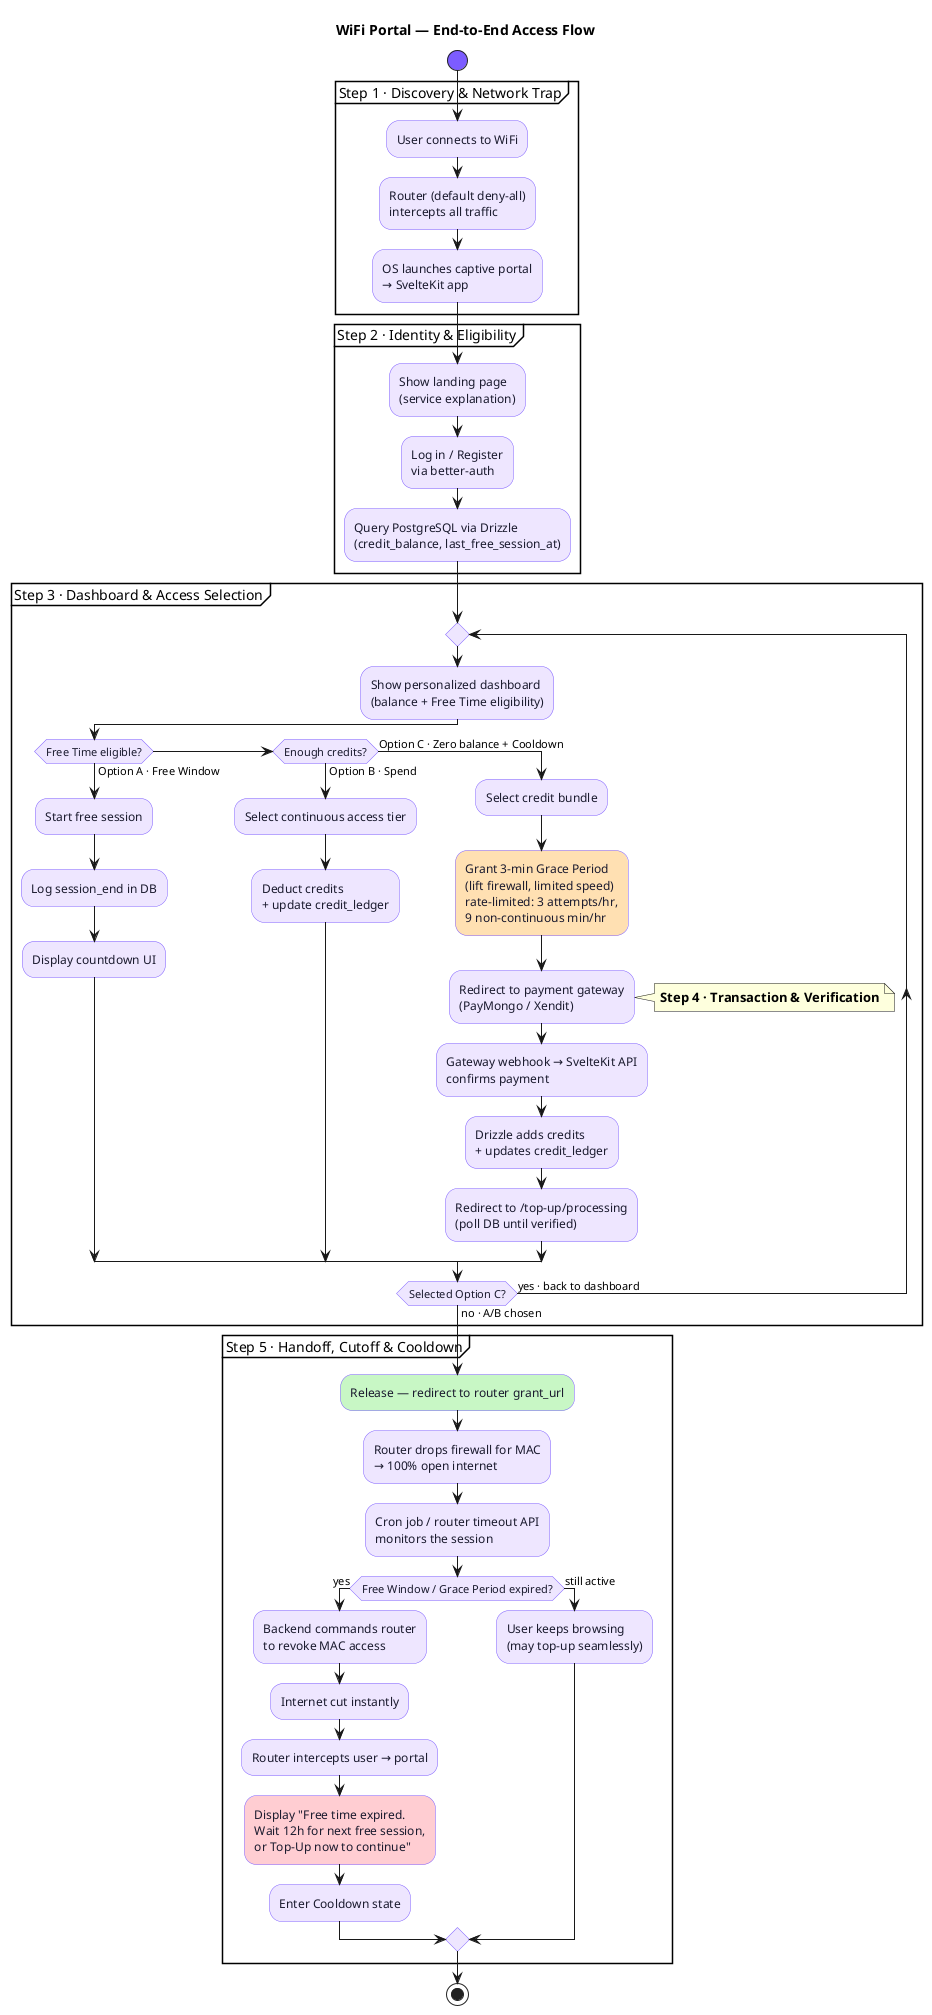
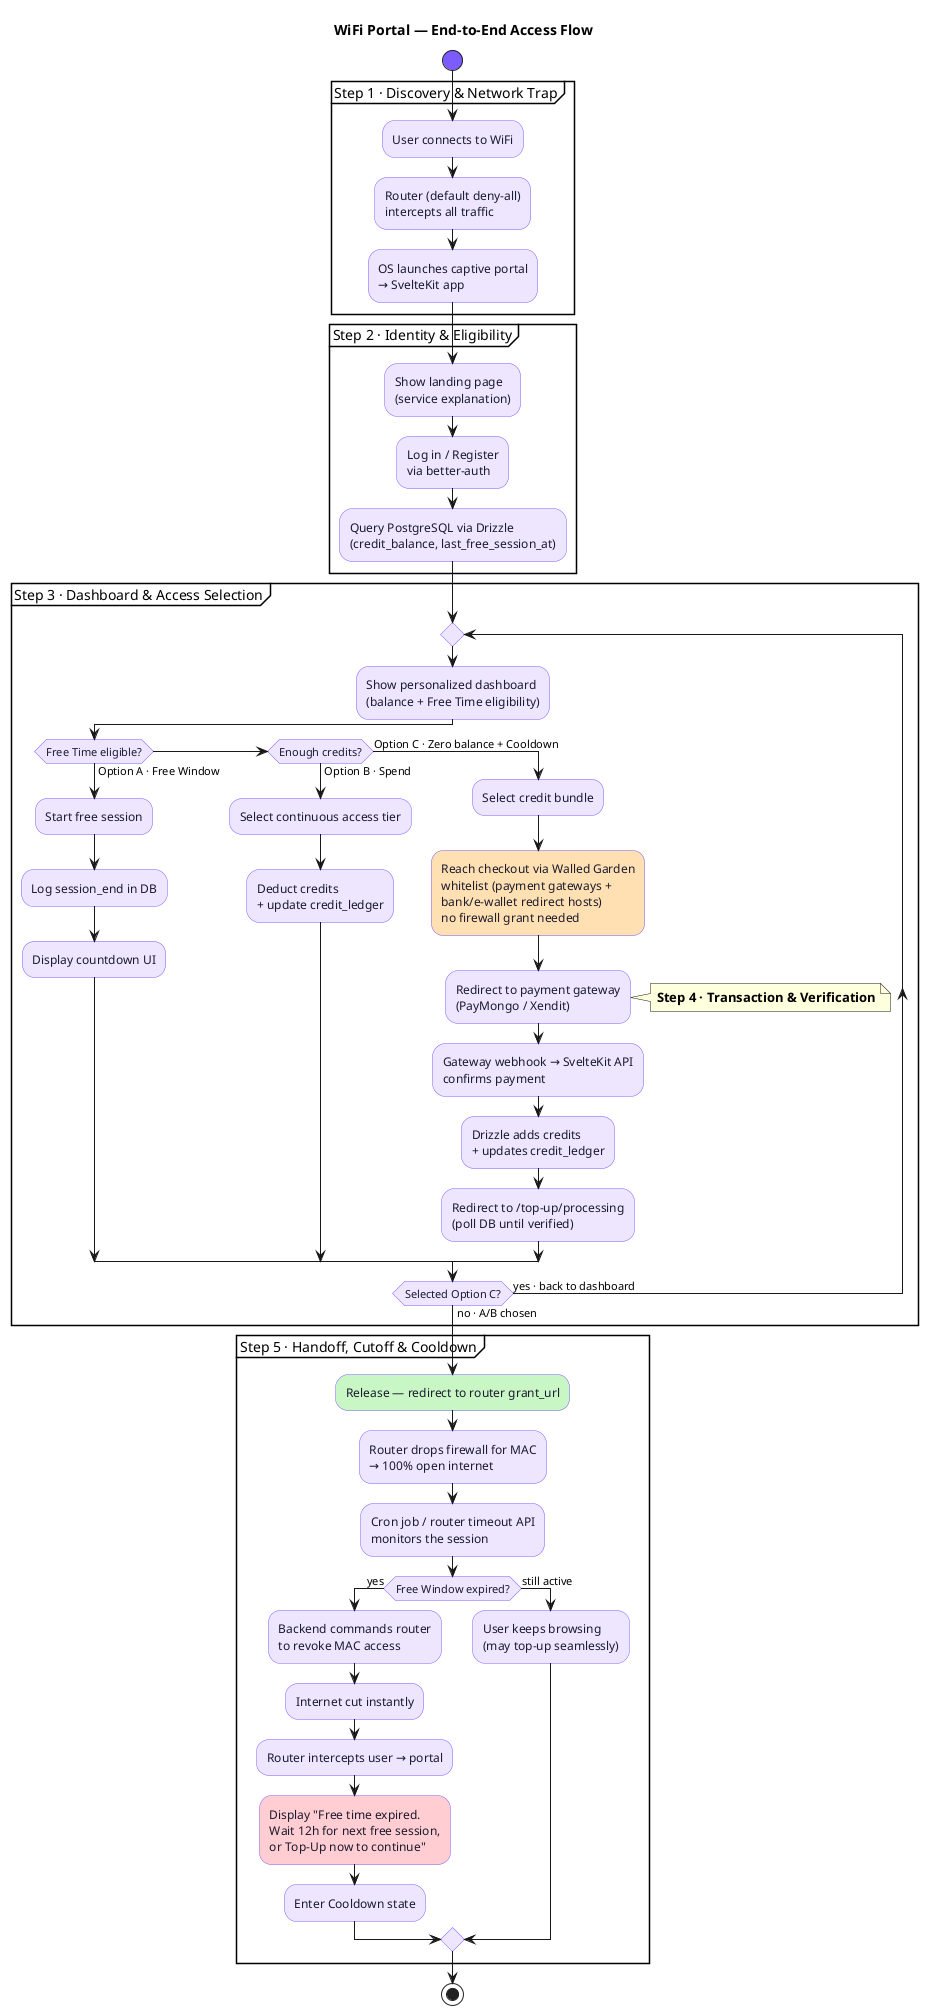
@startuml wifi-portal-flow
!pragma layout smetana
skinparam backgroundColor #FFFFFF
skinparam defaultFontName Helvetica
skinparam shadowing false
skinparam activity {
  BackgroundColor #EEE6FF
  BorderColor #7C5CFF
  FontColor #1A1A2E
  DiamondBackgroundColor #EEE6FF
  DiamondBorderColor #7C5CFF
  DiamondFontColor #1A1A2E
  StartColor #7C5CFF
  EndColor #7C5CFF
  BarColor #7C5CFF
}
title WiFi Portal — End-to-End Access Flow

start

partition "Step 1 · Discovery & Network Trap" {
  :User connects to WiFi;
  :Router (default deny-all)\nintercepts all traffic;
  :OS launches captive portal\n→ SvelteKit app;
}

partition "Step 2 · Identity & Eligibility" {
  :Show landing page\n(service explanation);
  :Log in / Register\nvia better-auth;
  :Query PostgreSQL via Drizzle\n(credit_balance, last_free_session_at);
}

partition "Step 3 · Dashboard & Access Selection" {
  repeat
    :Show personalized dashboard\n(balance + Free Time eligibility);
    if (Free Time eligible?) then (Option A · Free Window)
      :Start free session;
      :Log session_end in DB;
      :Display countdown UI;
    elseif (Enough credits?) then (Option B · Spend)
      :Select continuous access tier;
      :Deduct credits\n+ update credit_ledger;
    else (Option C · Zero balance + Cooldown)
      :Select credit bundle;
-       #FFE0B2:Grant 3-min Grace Period\n(lift firewall, limited speed)\nrate-limited: 3 attempts/hr,\n9 non-continuous min/hr;
+       #FFE0B2:Reach checkout via Walled Garden\nwhitelist (payment gateways +\nbank/e-wallet redirect hosts)\nno firewall grant needed;
      :Redirect to payment gateway\n(PayMongo / Xendit);
      note right: **Step 4 · Transaction & Verification**
      :Gateway webhook → SvelteKit API\nconfirms payment;
      :Drizzle adds credits\n+ updates credit_ledger;
      :Redirect to /top-up/processing\n(poll DB until verified);
    endif
  repeat while (Selected Option C?) is (yes · back to dashboard) not (no · A/B chosen)
}

partition "Step 5 · Handoff, Cutoff & Cooldown" {
  #C8F7C5:Release — redirect to router grant_url;
  :Router drops firewall for MAC\n→ 100% open internet;
  :Cron job / router timeout API\nmonitors the session;
-   if (Free Window / Grace Period expired?) then (yes)
+   if (Free Window expired?) then (yes)
    :Backend commands router\nto revoke MAC access;
    :Internet cut instantly;
    :Router intercepts user → portal;
    #FFCDD2:Display "Free time expired.\nWait 12h for next free session,\nor Top-Up now to continue";
    :Enter Cooldown state;
  else (still active)
    :User keeps browsing\n(may top-up seamlessly);
  endif
}

stop

@enduml
